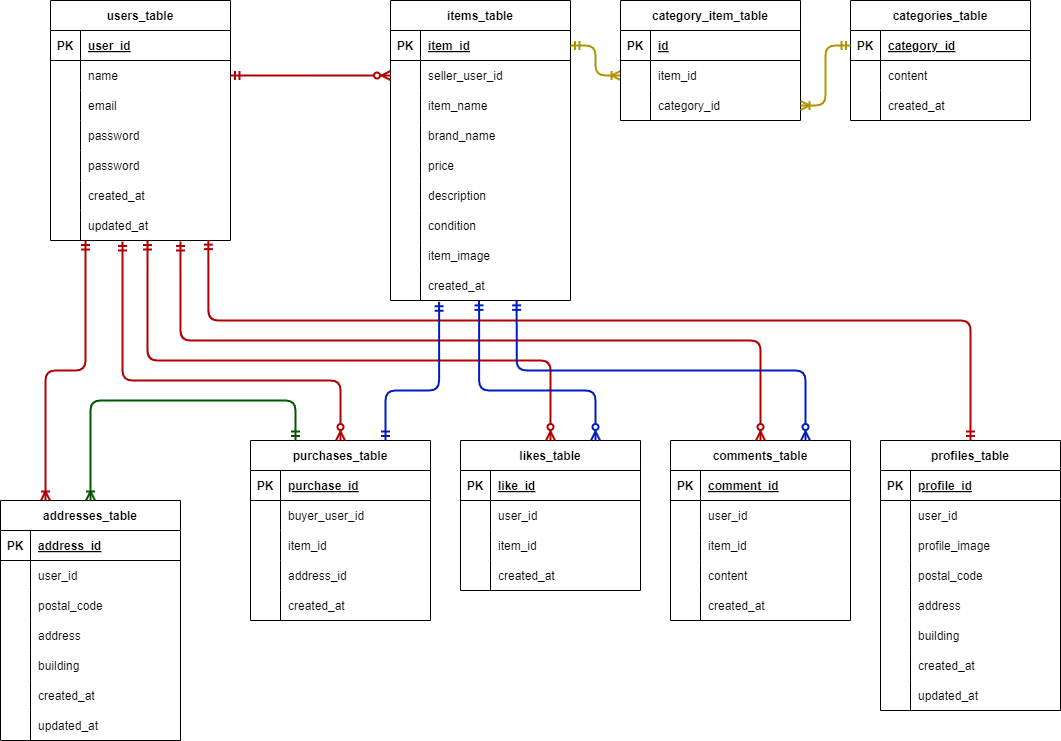
The draw.io diagram er.png in risamatsumoto1104/pro-test, before a commit. Source tidied: cells renumbered, new cells last; positions are measured from the earlier drawing's top-left corner, leaving out a move shared by most shapes.
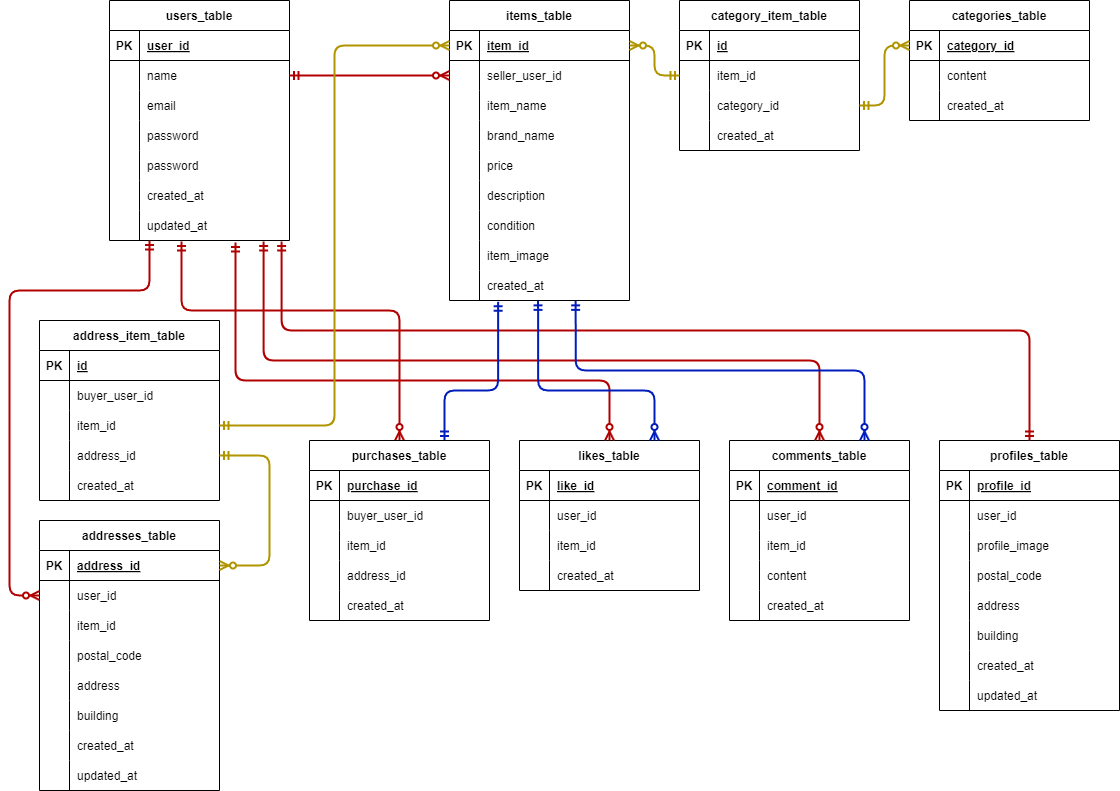
After the change.

Change to the diagram source:
```diff
@@ -314,8 +314,8 @@
     <mxCell id="105" value="created_at" style="shape=partialRectangle;fillColor=none;top=0;left=0;bottom=0;right=0;align=left;spacingLeft=6;overflow=hidden;" parent="103" vertex="1">
       <mxGeometry x="30" width="150" height="30" as="geometry" />
     </mxCell>
-    <mxCell id="106" value="purchases_table" style="shape=table;startSize=30;rowLines=0;fontStyle=1;align=center;" parent="1" vertex="1">
-      <mxGeometry x="250" y="440" width="180" height="180" as="geometry" />
+    <mxCell id="106" value="address_item_table" style="shape=table;startSize=30;rowLines=0;fontStyle=1;align=center;" parent="1" vertex="1">
+      <mxGeometry x="-20" y="320" width="180" height="180" as="geometry" />
     </mxCell>
     <mxCell id="107" style="shape=tableRow;horizontal=0;startSize=0;swimlaneHead=0;swimlaneBody=0;fillColor=none;top=0;left=0;right=0;bottom=1;" parent="106" vertex="1">
       <mxGeometry y="30" width="180" height="30" as="geometry" />
@@ -323,7 +323,7 @@
     <mxCell id="108" value="PK" style="shape=partialRectangle;fillColor=none;top=0;left=0;bottom=0;right=0;fontStyle=1;overflow=hidden;" parent="107" vertex="1">
       <mxGeometry width="30" height="30" as="geometry" />
     </mxCell>
-    <mxCell id="109" value="purchase_id" style="shape=partialRectangle;fillColor=none;top=0;left=0;bottom=0;right=0;align=left;spacingLeft=6;fontStyle=5;overflow=hidden;" parent="107" vertex="1">
+    <mxCell id="109" value="id" style="shape=partialRectangle;fillColor=none;top=0;left=0;bottom=0;right=0;align=left;spacingLeft=6;fontStyle=5;overflow=hidden;" parent="107" vertex="1">
       <mxGeometry x="30" width="150" height="30" as="geometry" />
     </mxCell>
     <mxCell id="110" style="shape=tableRow;horizontal=0;startSize=0;swimlaneHead=0;swimlaneBody=0;fillColor=none;top=0;left=0;right=0;bottom=0;" parent="106" vertex="1">
@@ -363,7 +363,7 @@
       <mxGeometry x="30" width="150" height="30" as="geometry" />
     </mxCell>
     <mxCell id="122" value="addresses_table" style="shape=table;startSize=30;rowLines=0;fontStyle=1;align=center;" parent="1" vertex="1">
-      <mxGeometry y="500" width="180" height="240" as="geometry" />
+      <mxGeometry x="-20" y="520" width="180" height="270" as="geometry" />
     </mxCell>
     <mxCell id="123" style="shape=tableRow;horizontal=0;startSize=0;swimlaneHead=0;swimlaneBody=0;fillColor=none;points=[[0,0.5],[1,0.5]];portConstraint=eastwest;top=0;left=0;right=0;bottom=1;" parent="122" vertex="1">
       <mxGeometry y="30" width="180" height="30" as="geometry" />
@@ -383,8 +383,17 @@
     <mxCell id="128" value="user_id" style="shape=partialRectangle;fillColor=none;top=0;left=0;bottom=0;right=0;align=left;spacingLeft=6;overflow=hidden;" parent="126" vertex="1">
       <mxGeometry x="30" width="150" height="30" as="geometry" />
     </mxCell>
+    <mxCell id="176" style="shape=tableRow;horizontal=0;startSize=0;swimlaneHead=0;swimlaneBody=0;fillColor=none;top=0;left=0;right=0;bottom=0;" parent="122" vertex="1">
+      <mxGeometry y="90" width="180" height="30" as="geometry" />
+    </mxCell>
+    <mxCell id="177" style="shape=partialRectangle;fillColor=none;top=0;left=0;bottom=0;right=0;overflow=hidden;" parent="176" vertex="1">
+      <mxGeometry width="30" height="30" as="geometry" />
+    </mxCell>
+    <mxCell id="178" value="item_id" style="shape=partialRectangle;fillColor=none;top=0;left=0;bottom=0;right=0;align=left;spacingLeft=6;overflow=hidden;" parent="176" vertex="1">
+      <mxGeometry x="30" width="150" height="30" as="geometry" />
+    </mxCell>
     <mxCell id="129" style="shape=tableRow;horizontal=0;startSize=0;swimlaneHead=0;swimlaneBody=0;fillColor=none;top=0;left=0;right=0;bottom=0;" parent="122" vertex="1">
-      <mxGeometry y="90" width="180" height="30" as="geometry" />
+      <mxGeometry y="120" width="180" height="30" as="geometry" />
     </mxCell>
     <mxCell id="130" style="shape=partialRectangle;fillColor=none;top=0;left=0;bottom=0;right=0;overflow=hidden;" parent="129" vertex="1">
       <mxGeometry width="30" height="30" as="geometry" />
@@ -393,7 +402,7 @@
       <mxGeometry x="30" width="150" height="30" as="geometry" />
     </mxCell>
     <mxCell id="132" style="shape=tableRow;horizontal=0;startSize=0;swimlaneHead=0;swimlaneBody=0;fillColor=none;top=0;left=0;right=0;bottom=0;" parent="122" vertex="1">
-      <mxGeometry y="120" width="180" height="30" as="geometry" />
+      <mxGeometry y="150" width="180" height="30" as="geometry" />
     </mxCell>
     <mxCell id="133" style="shape=partialRectangle;fillColor=none;top=0;left=0;bottom=0;right=0;overflow=hidden;" parent="132" vertex="1">
       <mxGeometry width="30" height="30" as="geometry" />
@@ -402,7 +411,7 @@
       <mxGeometry x="30" width="150" height="30" as="geometry" />
     </mxCell>
     <mxCell id="135" style="shape=tableRow;horizontal=0;startSize=0;swimlaneHead=0;swimlaneBody=0;fillColor=none;top=0;left=0;right=0;bottom=0;" parent="122" vertex="1">
-      <mxGeometry y="150" width="180" height="30" as="geometry" />
+      <mxGeometry y="180" width="180" height="30" as="geometry" />
     </mxCell>
     <mxCell id="136" style="shape=partialRectangle;fillColor=none;top=0;left=0;bottom=0;right=0;overflow=hidden;" parent="135" vertex="1">
       <mxGeometry width="30" height="30" as="geometry" />
@@ -411,7 +420,7 @@
       <mxGeometry x="30" width="150" height="30" as="geometry" />
     </mxCell>
     <mxCell id="138" style="shape=tableRow;horizontal=0;startSize=0;swimlaneHead=0;swimlaneBody=0;fillColor=none;top=0;left=0;right=0;bottom=0;" parent="122" vertex="1">
-      <mxGeometry y="180" width="180" height="30" as="geometry" />
+      <mxGeometry y="210" width="180" height="30" as="geometry" />
     </mxCell>
     <mxCell id="139" style="shape=partialRectangle;fillColor=none;top=0;left=0;bottom=0;right=0;overflow=hidden;" parent="138" vertex="1">
       <mxGeometry width="30" height="30" as="geometry" />
@@ -420,7 +429,7 @@
       <mxGeometry x="30" width="150" height="30" as="geometry" />
     </mxCell>
     <mxCell id="141" style="shape=tableRow;horizontal=0;startSize=0;swimlaneHead=0;swimlaneBody=0;fillColor=none;top=0;left=0;right=0;bottom=0;" parent="122" vertex="1">
-      <mxGeometry y="210" width="180" height="30" as="geometry" />
+      <mxGeometry y="240" width="180" height="30" as="geometry" />
     </mxCell>
     <mxCell id="142" style="shape=partialRectangle;fillColor=none;top=0;left=0;bottom=0;right=0;overflow=hidden;" parent="141" vertex="1">
       <mxGeometry width="30" height="30" as="geometry" />
@@ -431,52 +440,39 @@
     <mxCell id="144" style="fontSize=12;html=1;endArrow=ERzeroToMany;startArrow=ERmandOne;entryX=0;entryY=0.5;entryDx=0;entryDy=0;exitX=1;exitY=0.5;exitDx=0;exitDy=0;strokeWidth=2;fillColor=#e51400;strokeColor=#B20000;" parent="1" edge="1" source="6" target="82">
       <mxGeometry relative="1" as="geometry" />
     </mxCell>
-    <mxCell id="145" style="fontSize=12;html=1;endArrow=ERzeroToMany;startArrow=ERmandOne;entryX=0.5;entryY=0;entryDx=0;entryDy=0;strokeWidth=2;edgeStyle=orthogonalEdgeStyle;fillColor=#e51400;strokeColor=#B20000;exitX=0.4;exitY=1.033;exitDx=0;exitDy=0;exitPerimeter=0;" parent="1" edge="1" source="21" target="106">
+    <mxCell id="145" style="fontSize=12;html=1;endArrow=ERzeroToMany;startArrow=ERmandOne;entryX=0.5;entryY=0;entryDx=0;entryDy=0;strokeWidth=2;edgeStyle=orthogonalEdgeStyle;fillColor=#e51400;strokeColor=#B20000;exitX=0.4;exitY=1.033;exitDx=0;exitDy=0;exitPerimeter=0;" parent="1" edge="1" source="21" target="182">
       <mxGeometry relative="1" as="geometry">
         <Array as="points">
-          <mxPoint x="122" y="380" />
-          <mxPoint x="340" y="380" />
+          <mxPoint x="122" y="310" />
+          <mxPoint x="340" y="310" />
         </Array>
       </mxGeometry>
     </mxCell>
-    <mxCell id="146" style="fontSize=12;html=1;endArrow=ERzeroToMany;startArrow=ERmandOne;entryX=0.5;entryY=0;entryDx=0;entryDy=0;strokeWidth=2;edgeStyle=orthogonalEdgeStyle;exitX=0.722;exitY=1.033;exitDx=0;exitDy=0;exitPerimeter=0;fillColor=#e51400;strokeColor=#B20000;" parent="1" edge="1" source="21" target="62">
+    <mxCell id="146" style="fontSize=12;html=1;endArrow=ERzeroToMany;startArrow=ERmandOne;entryX=0.5;entryY=0;entryDx=0;entryDy=0;strokeWidth=2;edgeStyle=orthogonalEdgeStyle;exitX=0.856;exitY=1.033;exitDx=0;exitDy=0;exitPerimeter=0;fillColor=#e51400;strokeColor=#B20000;" parent="1" edge="1" source="21" target="62">
       <mxGeometry relative="1" as="geometry">
         <Array as="points">
-          <mxPoint x="180" y="340" />
-          <mxPoint x="760" y="340" />
+          <mxPoint x="204" y="360" />
+          <mxPoint x="760" y="360" />
         </Array>
       </mxGeometry>
     </mxCell>
-    <mxCell id="147" style="fontSize=12;html=1;endArrow=ERzeroToMany;startArrow=ERmandOne;strokeWidth=2;edgeStyle=orthogonalEdgeStyle;entryX=0.5;entryY=0;entryDx=0;entryDy=0;fillColor=#e51400;strokeColor=#B20000;exitX=0.539;exitY=1;exitDx=0;exitDy=0;exitPerimeter=0;" parent="1" edge="1" source="21" target="24">
+    <mxCell id="147" style="fontSize=12;html=1;endArrow=ERzeroToMany;startArrow=ERmandOne;strokeWidth=2;edgeStyle=orthogonalEdgeStyle;entryX=0.5;entryY=0;entryDx=0;entryDy=0;fillColor=#e51400;strokeColor=#B20000;exitX=0.7;exitY=1.067;exitDx=0;exitDy=0;exitPerimeter=0;" parent="1" edge="1" source="21" target="24">
       <mxGeometry relative="1" as="geometry">
         <Array as="points">
-          <mxPoint x="147" y="360" />
-          <mxPoint x="550" y="360" />
+          <mxPoint x="176" y="380" />
+          <mxPoint x="550" y="380" />
         </Array>
       </mxGeometry>
     </mxCell>
-    <mxCell id="148" style="edgeStyle=orthogonalEdgeStyle;fontSize=12;html=1;endArrow=ERmandOne;startArrow=ERmandOne;strokeWidth=2;entryX=0.5;entryY=0;entryDx=0;entryDy=0;fillColor=#e51400;strokeColor=#B20000;exitX=0.877;exitY=0.987;exitDx=0;exitDy=0;exitPerimeter=0;" parent="1" edge="1" source="21" target="37">
+    <mxCell id="148" style="edgeStyle=orthogonalEdgeStyle;fontSize=12;html=1;endArrow=ERmandOne;startArrow=ERmandOne;strokeWidth=2;entryX=0.5;entryY=0;entryDx=0;entryDy=0;fillColor=#e51400;strokeColor=#B20000;exitX=0.956;exitY=1.033;exitDx=0;exitDy=0;exitPerimeter=0;" parent="1" edge="1" source="21" target="37">
       <mxGeometry relative="1" as="geometry">
         <Array as="points">
-          <mxPoint x="208" y="320" />
-          <mxPoint x="970" y="320" />
+          <mxPoint x="222" y="330" />
+          <mxPoint x="970" y="330" />
         </Array>
       </mxGeometry>
     </mxCell>
-    <mxCell id="149" style="edgeStyle=orthogonalEdgeStyle;fontSize=12;html=1;endArrow=ERoneToMany;startArrow=ERmandOne;strokeWidth=2;entryX=0.25;entryY=0;entryDx=0;entryDy=0;fillColor=#e51400;strokeColor=#B20000;" parent="1" edge="1" target="122">
-      <mxGeometry relative="1" as="geometry">
-        <mxPoint x="85" y="240" as="sourcePoint" />
-      </mxGeometry>
-    </mxCell>
-    <mxCell id="150" style="fontSize=12;html=1;endArrow=ERoneToMany;startArrow=ERmandOne;strokeWidth=2;exitX=0.25;exitY=0;exitDx=0;exitDy=0;entryX=0.5;entryY=0;entryDx=0;entryDy=0;fillColor=#008a00;strokeColor=#005700;edgeStyle=orthogonalEdgeStyle;" parent="1" edge="1" source="106" target="122">
-      <mxGeometry relative="1" as="geometry">
-        <Array as="points">
-          <mxPoint x="295" y="400" />
-          <mxPoint x="90" y="400" />
-        </Array>
-      </mxGeometry>
-    </mxCell>
-    <mxCell id="151" style="fontSize=12;html=1;endArrow=ERmandOne;startArrow=ERmandOne;strokeWidth=2;entryX=0.27;entryY=1.04;entryDx=0;entryDy=0;entryPerimeter=0;exitX=0.75;exitY=0;exitDx=0;exitDy=0;edgeStyle=orthogonalEdgeStyle;strokeColor=#001DBC;fillColor=#0050ef;" parent="1" edge="1" source="106" target="103">
+    <mxCell id="151" style="fontSize=12;html=1;endArrow=ERmandOne;startArrow=ERmandOne;strokeWidth=2;entryX=0.27;entryY=1.04;entryDx=0;entryDy=0;entryPerimeter=0;exitX=0.75;exitY=0;exitDx=0;exitDy=0;edgeStyle=orthogonalEdgeStyle;strokeColor=#001DBC;fillColor=#0050ef;" parent="1" edge="1" source="182" target="103">
       <mxGeometry relative="1" as="geometry">
         <Array as="points">
           <mxPoint x="385" y="390" />
@@ -530,11 +526,8 @@
     <mxCell id="163" value="created_at" style="shape=partialRectangle;fillColor=none;top=0;left=0;bottom=0;right=0;align=left;spacingLeft=6;overflow=hidden;" parent="161" vertex="1">
       <mxGeometry x="30" width="150" height="30" as="geometry" />
     </mxCell>
-    <mxCell id="164" style="edgeStyle=orthogonalEdgeStyle;fontSize=12;html=1;endArrow=ERoneToMany;startArrow=ERmandOne;strokeWidth=2;entryX=0;entryY=0.5;entryDx=0;entryDy=0;fillColor=#e3c800;strokeColor=#B09500;exitX=1;exitY=0.5;exitDx=0;exitDy=0;" parent="1" edge="1" source="79" target="169">
-      <mxGeometry relative="1" as="geometry" />
-    </mxCell>
     <mxCell id="165" value="category_item_table" style="shape=table;startSize=30;rowLines=0;fontStyle=1;align=center;" parent="1" vertex="1">
-      <mxGeometry x="620" width="180" height="120" as="geometry" />
+      <mxGeometry x="620" width="180" height="150" as="geometry" />
     </mxCell>
     <mxCell id="166" style="shape=tableRow;horizontal=0;startSize=0;swimlaneHead=0;swimlaneBody=0;fillColor=none;top=0;left=0;right=0;bottom=1;" parent="165" vertex="1">
       <mxGeometry y="30" width="180" height="30" as="geometry" />
@@ -563,8 +556,89 @@
     <mxCell id="174" value="category_id" style="shape=partialRectangle;fillColor=none;top=0;left=0;bottom=0;right=0;align=left;spacingLeft=6;overflow=hidden;" parent="172" vertex="1">
       <mxGeometry x="30" width="150" height="30" as="geometry" />
     </mxCell>
-    <mxCell id="175" style="edgeStyle=orthogonalEdgeStyle;fontSize=12;html=1;endArrow=ERoneToMany;startArrow=ERmandOne;strokeWidth=2;entryX=1;entryY=0.5;entryDx=0;entryDy=0;fillColor=#e3c800;strokeColor=#B09500;exitX=0;exitY=0.5;exitDx=0;exitDy=0;" parent="1" edge="1" source="155" target="172">
-      <mxGeometry relative="1" as="geometry" />
-    </mxCell>
+    <mxCell id="179" style="shape=tableRow;horizontal=0;startSize=0;swimlaneHead=0;swimlaneBody=0;fillColor=none;top=0;left=0;right=0;bottom=0;" parent="165" vertex="1">
+      <mxGeometry y="120" width="180" height="30" as="geometry" />
+    </mxCell>
+    <mxCell id="180" style="shape=partialRectangle;fillColor=none;top=0;left=0;bottom=0;right=0;overflow=hidden;" parent="179" vertex="1">
+      <mxGeometry width="30" height="30" as="geometry" />
+    </mxCell>
+    <mxCell id="181" value="created_at" style="shape=partialRectangle;fillColor=none;top=0;left=0;bottom=0;right=0;align=left;spacingLeft=6;overflow=hidden;" parent="179" vertex="1">
+      <mxGeometry x="30" width="150" height="30" as="geometry" />
+    </mxCell>
+    <mxCell id="182" value="purchases_table" style="shape=table;startSize=30;rowLines=0;fontStyle=1;align=center;" parent="1" vertex="1">
+      <mxGeometry x="250" y="440" width="180" height="180" as="geometry" />
+    </mxCell>
+    <mxCell id="183" style="shape=tableRow;horizontal=0;startSize=0;swimlaneHead=0;swimlaneBody=0;fillColor=none;top=0;left=0;right=0;bottom=1;" parent="182" vertex="1">
+      <mxGeometry y="30" width="180" height="30" as="geometry" />
+    </mxCell>
+    <mxCell id="184" value="PK" style="shape=partialRectangle;fillColor=none;top=0;left=0;bottom=0;right=0;fontStyle=1;overflow=hidden;" parent="183" vertex="1">
+      <mxGeometry width="30" height="30" as="geometry" />
+    </mxCell>
+    <mxCell id="185" value="purchase_id" style="shape=partialRectangle;fillColor=none;top=0;left=0;bottom=0;right=0;align=left;spacingLeft=6;fontStyle=5;overflow=hidden;" parent="183" vertex="1">
+      <mxGeometry x="30" width="150" height="30" as="geometry" />
+    </mxCell>
+    <mxCell id="186" style="shape=tableRow;horizontal=0;startSize=0;swimlaneHead=0;swimlaneBody=0;fillColor=none;top=0;left=0;right=0;bottom=0;" parent="182" vertex="1">
+      <mxGeometry y="60" width="180" height="30" as="geometry" />
+    </mxCell>
+    <mxCell id="187" style="shape=partialRectangle;fillColor=none;top=0;left=0;bottom=0;right=0;overflow=hidden;" parent="186" vertex="1">
+      <mxGeometry width="30" height="30" as="geometry" />
+    </mxCell>
+    <mxCell id="188" value="buyer_user_id" style="shape=partialRectangle;fillColor=none;top=0;left=0;bottom=0;right=0;align=left;spacingLeft=6;overflow=hidden;" parent="186" vertex="1">
+      <mxGeometry x="30" width="150" height="30" as="geometry" />
+    </mxCell>
+    <mxCell id="189" style="shape=tableRow;horizontal=0;startSize=0;swimlaneHead=0;swimlaneBody=0;fillColor=none;top=0;left=0;right=0;bottom=0;" parent="182" vertex="1">
+      <mxGeometry y="90" width="180" height="30" as="geometry" />
+    </mxCell>
+    <mxCell id="190" style="shape=partialRectangle;fillColor=none;top=0;left=0;bottom=0;right=0;overflow=hidden;" parent="189" vertex="1">
+      <mxGeometry width="30" height="30" as="geometry" />
+    </mxCell>
+    <mxCell id="191" value="item_id" style="shape=partialRectangle;fillColor=none;top=0;left=0;bottom=0;right=0;align=left;spacingLeft=6;overflow=hidden;" parent="189" vertex="1">
+      <mxGeometry x="30" width="150" height="30" as="geometry" />
+    </mxCell>
+    <mxCell id="192" style="shape=tableRow;horizontal=0;startSize=0;swimlaneHead=0;swimlaneBody=0;fillColor=none;top=0;left=0;right=0;bottom=0;" parent="182" vertex="1">
+      <mxGeometry y="120" width="180" height="30" as="geometry" />
+    </mxCell>
+    <mxCell id="193" style="shape=partialRectangle;fillColor=none;top=0;left=0;bottom=0;right=0;overflow=hidden;" parent="192" vertex="1">
+      <mxGeometry width="30" height="30" as="geometry" />
+    </mxCell>
+    <mxCell id="194" value="address_id" style="shape=partialRectangle;fillColor=none;top=0;left=0;bottom=0;right=0;align=left;spacingLeft=6;overflow=hidden;" parent="192" vertex="1">
+      <mxGeometry x="30" width="150" height="30" as="geometry" />
+    </mxCell>
+    <mxCell id="195" style="shape=tableRow;horizontal=0;startSize=0;swimlaneHead=0;swimlaneBody=0;fillColor=none;top=0;left=0;right=0;bottom=0;" parent="182" vertex="1">
+      <mxGeometry y="150" width="180" height="30" as="geometry" />
+    </mxCell>
+    <mxCell id="196" style="shape=partialRectangle;fillColor=none;top=0;left=0;bottom=0;right=0;overflow=hidden;" parent="195" vertex="1">
+      <mxGeometry width="30" height="30" as="geometry" />
+    </mxCell>
+    <mxCell id="197" value="created_at" style="shape=partialRectangle;fillColor=none;top=0;left=0;bottom=0;right=0;align=left;spacingLeft=6;overflow=hidden;" parent="195" vertex="1">
+      <mxGeometry x="30" width="150" height="30" as="geometry" />
+    </mxCell>
+    <mxCell id="198" style="fontSize=12;html=1;endArrow=ERzeroToMany;startArrow=ERmandOne;entryX=0;entryY=0.5;entryDx=0;entryDy=0;strokeWidth=2;edgeStyle=orthogonalEdgeStyle;fillColor=#e51400;strokeColor=#B20000;exitX=0.4;exitY=1.033;exitDx=0;exitDy=0;exitPerimeter=0;" parent="1" edge="1" target="126">
+      <mxGeometry relative="1" as="geometry">
+        <mxPoint x="90" y="240" as="sourcePoint" />
+        <Array as="points">
+          <mxPoint x="90" y="290" />
+          <mxPoint x="-50" y="290" />
+          <mxPoint x="-50" y="595" />
+        </Array>
+      </mxGeometry>
+    </mxCell>
+    <mxCell id="199" style="edgeStyle=orthogonalEdgeStyle;fontSize=12;html=1;endArrow=ERzeroToMany;startArrow=ERmandOne;strokeWidth=2;entryX=1;entryY=0.5;entryDx=0;entryDy=0;exitX=0;exitY=0.5;exitDx=0;exitDy=0;fillColor=#e3c800;strokeColor=#B09500;" parent="1" edge="1" source="169" target="79">
+      <mxGeometry relative="1" as="geometry" />
+    </mxCell>
+    <mxCell id="200" style="edgeStyle=orthogonalEdgeStyle;fontSize=12;html=1;endArrow=ERzeroToMany;startArrow=ERmandOne;strokeWidth=2;entryX=0;entryY=0.5;entryDx=0;entryDy=0;exitX=1;exitY=0.5;exitDx=0;exitDy=0;fillColor=#e3c800;strokeColor=#B09500;" parent="1" edge="1" source="172" target="155">
+      <mxGeometry relative="1" as="geometry" />
+    </mxCell>
+    <mxCell id="201" style="edgeStyle=orthogonalEdgeStyle;fontSize=12;html=1;endArrow=ERzeroToMany;startArrow=ERmandOne;strokeWidth=2;entryX=1;entryY=0.5;entryDx=0;entryDy=0;exitX=1;exitY=0.5;exitDx=0;exitDy=0;fillColor=#e3c800;strokeColor=#B09500;" parent="1" edge="1" source="116" target="123">
+      <mxGeometry relative="1" as="geometry">
+        <Array as="points">
+          <mxPoint x="210" y="455" />
+          <mxPoint x="210" y="565" />
+        </Array>
+      </mxGeometry>
+    </mxCell>
+    <mxCell id="202" style="edgeStyle=orthogonalEdgeStyle;fontSize=12;html=1;endArrow=ERzeroToMany;startArrow=ERmandOne;strokeWidth=2;entryX=0;entryY=0.5;entryDx=0;entryDy=0;exitX=1;exitY=0.5;exitDx=0;exitDy=0;fillColor=#e3c800;strokeColor=#B09500;" parent="1" edge="1" source="113" target="79">
+      <mxGeometry relative="1" as="geometry" />
+    </mxCell>
   </root>
 </mxGraphModel>
```
